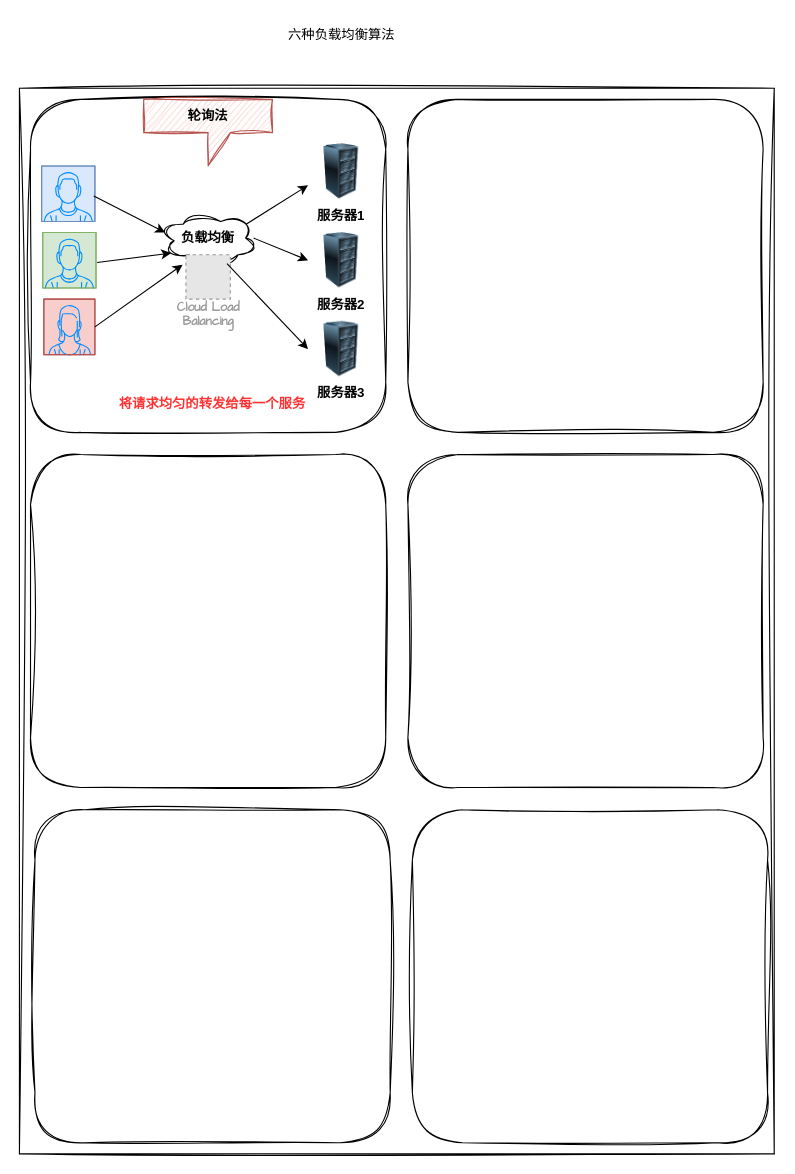
Above: image-text/六种负载均衡算法.drawio in Rodert/javapub_oss (draw.io), before the change. Source tidied: cells renumbered, new cells numbered last; positions are measured from the earlier drawing's top-left corner, leaving out a move shared by most shapes. Both pictures are drawn from the tidied source at 111%, with x=0, y=0 at pixel (19, 19). Pictures stored in the file or linked from it are replaced by grey dashed boxes.
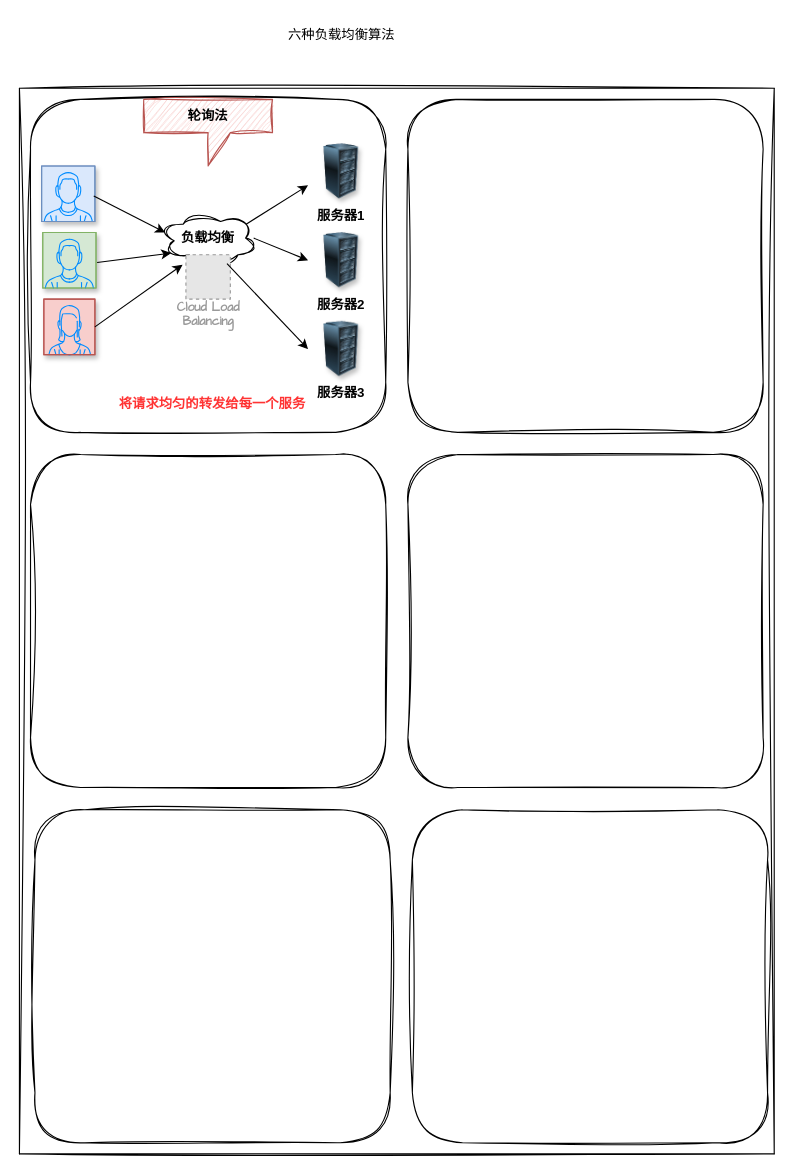
Above is the later version.

Commit message (it also covers changes not shown here):
更新六种负载均衡算法.drawio

The edit, as a diff of the source:
```diff
@@
-    <mxCell id="13" value="&lt;font face=&quot;Helvetica&quot;&gt;&lt;b&gt;轮询法&lt;/b&gt;&lt;/font&gt;" style="shape=callout;whiteSpace=wrap;html=1;perimeter=calloutPerimeter;sketch=1;hachureGap=4;jiggle=2;curveFitting=1;fontFamily=Architects Daughter;fillColor=#f8cecc;strokeColor=#b85450;" parent="1" vertex="1">
+    <mxCell id="13" value="&lt;font face=&quot;Helvetica&quot;&gt;&lt;b&gt;轮询法&lt;/b&gt;&lt;/font&gt;" style="shape=callout;whiteSpace=wrap;html=1;perimeter=calloutPerimeter;hachureGap=4;fontFamily=Architects Daughter;fillColor=#f8cecc;strokeColor=#b85450;sketch=1;curveFitting=1;jiggle=2;shadow=0;rounded=0;" parent="1" vertex="1">
       <mxGeometry x="112" y="72" width="116" height="60" as="geometry" />
     </mxCell>
-    <mxCell id="14" style="verticalLabelPosition=bottom;shadow=0;dashed=0;align=center;html=1;verticalAlign=top;strokeWidth=1;shape=mxgraph.mockup.containers.userMale;strokeColor=#6c8ebf;strokeColor2=#008cff;hachureGap=4;fontFamily=Architects Daughter;fillColor=#dae8fc;" parent="1" vertex="1">
+    <mxCell id="14" style="verticalLabelPosition=bottom;shadow=1;dashed=0;align=center;html=1;verticalAlign=top;strokeWidth=1;shape=mxgraph.mockup.containers.userMale;strokeColor=#6c8ebf;strokeColor2=#008cff;hachureGap=4;fontFamily=Architects Daughter;fillColor=#dae8fc;" parent="1" vertex="1">
       <mxGeometry x="20" y="132" width="48" height="50" as="geometry" />
     </mxCell>
-    <mxCell id="15" style="verticalLabelPosition=bottom;shadow=0;dashed=0;align=center;html=1;verticalAlign=top;strokeWidth=1;shape=mxgraph.mockup.containers.userFemale;strokeColor=#b85450;strokeColor2=#008cff;hachureGap=4;fontFamily=Architects Daughter;fillColor=#f8cecc;" parent="1" vertex="1">
+    <mxCell id="15" style="verticalLabelPosition=bottom;shadow=1;dashed=0;align=center;html=1;verticalAlign=top;strokeWidth=1;shape=mxgraph.mockup.containers.userFemale;strokeColor=#b85450;strokeColor2=#008cff;hachureGap=4;fontFamily=Architects Daughter;fillColor=#f8cecc;" parent="1" vertex="1">
       <mxGeometry x="22" y="252" width="46" height="50" as="geometry" />
     </mxCell>
@@
-    <mxCell id="18" style="verticalLabelPosition=bottom;shadow=0;dashed=0;align=center;html=1;verticalAlign=top;strokeWidth=1;shape=mxgraph.mockup.containers.userMale;strokeColor=#82b366;strokeColor2=#008cff;hachureGap=4;fontFamily=Architects Daughter;fillColor=#d5e8d4;" parent="1" vertex="1">
+    <mxCell id="18" style="verticalLabelPosition=bottom;shadow=1;dashed=0;align=center;html=1;verticalAlign=top;strokeWidth=1;shape=mxgraph.mockup.containers.userMale;strokeColor=#82b366;strokeColor2=#008cff;hachureGap=4;fontFamily=Architects Daughter;fillColor=#d5e8d4;" parent="1" vertex="1">
       <mxGeometry x="21" y="192" width="48" height="50" as="geometry" />
     </mxCell>
-    <mxCell id="19" style="image;html=1;image=img/lib/clip_art/computers/Server_Rack_128x128.png;sketch=1;hachureGap=4;jiggle=2;curveFitting=1;fontFamily=Architects Daughter;" parent="1" vertex="1">
+    <mxCell id="19" style="image;html=1;image=img/lib/clip_art/computers/Server_Rack_128x128.png;hachureGap=4;fontFamily=Architects Daughter;shadow=1;" parent="1" vertex="1">
       <mxGeometry x="260" y="112" width="60" height="50" as="geometry" />
     </mxCell>
-    <mxCell id="20" style="image;html=1;image=img/lib/clip_art/computers/Server_Rack_128x128.png;sketch=1;hachureGap=4;jiggle=2;curveFitting=1;fontFamily=Architects Daughter;" parent="1" vertex="1">
+    <mxCell id="20" style="image;html=1;image=img/lib/clip_art/computers/Server_Rack_128x128.png;sketch=1;hachureGap=4;jiggle=2;curveFitting=1;fontFamily=Architects Daughter;shadow=1;" parent="1" vertex="1">
       <mxGeometry x="260" y="192" width="60" height="50" as="geometry" />
     </mxCell>
-    <mxCell id="21" style="image;html=1;image=img/lib/clip_art/computers/Server_Rack_128x128.png;sketch=1;hachureGap=4;jiggle=2;curveFitting=1;fontFamily=Architects Daughter;" parent="1" vertex="1">
+    <mxCell id="21" style="image;html=1;image=img/lib/clip_art/computers/Server_Rack_128x128.png;sketch=1;hachureGap=4;jiggle=2;curveFitting=1;fontFamily=Architects Daughter;shadow=1;" parent="1" vertex="1">
       <mxGeometry x="260" y="272" width="60" height="50" as="geometry" />
     </mxCell>
```
